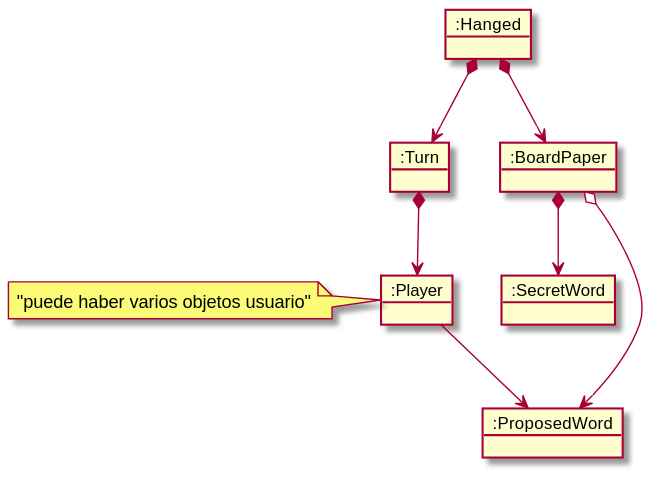
jumpering/Hanged keeps this PlantUML diagram as requirements/images/InitalState.svg. Above is the earlier version.
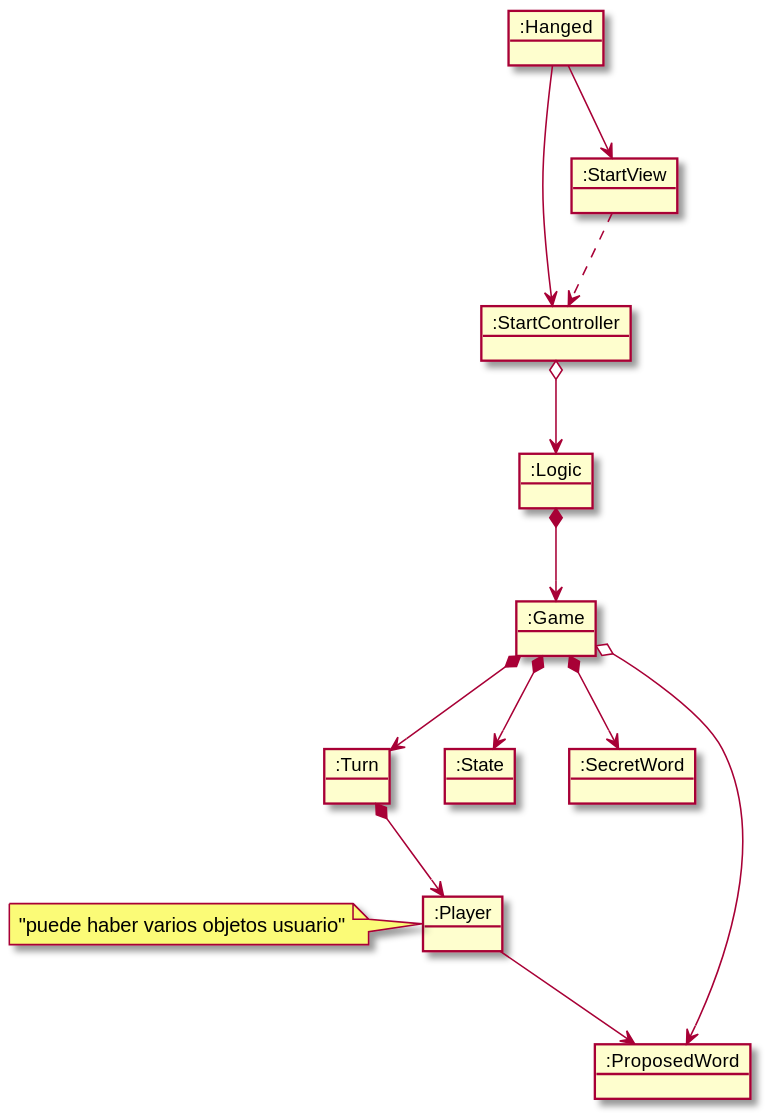
Above is the later version.

Change to the diagram source:
```diff
@@ -1,19 +1,28 @@
 @startuml
 Object ":Hanged" as Hanged
 Object ":Turn" as Turn
+Object ":StartController" as StartController
+Object ":Logic" as Logic
+Object ":Game" as Game
+Object ":State" as State
 Object ":Player" as Player
-Object ":BoardPaper" as BoardPaper
+Object ":StartView" as StartView
 Object ":SecretWord" as SecretWord
 Object ":ProposedWord" as ProposedWord
 
 
 
-Hanged *--> Turn
+Hanged --> StartView
+Hanged --> StartController
+StartView ..> StartController
+StartController o--> Logic
+Logic *--> Game
+Game *--> Turn
+Game *--> State
+Game *--> SecretWord
 Turn *--> Player
 note left: "puede haber varios objetos usuario"
 Player --> ProposedWord
-Hanged *--> BoardPaper
-BoardPaper *--> SecretWord
-BoardPaper o--> ProposedWord
+Game o--> ProposedWord
 
 @enduml
```
